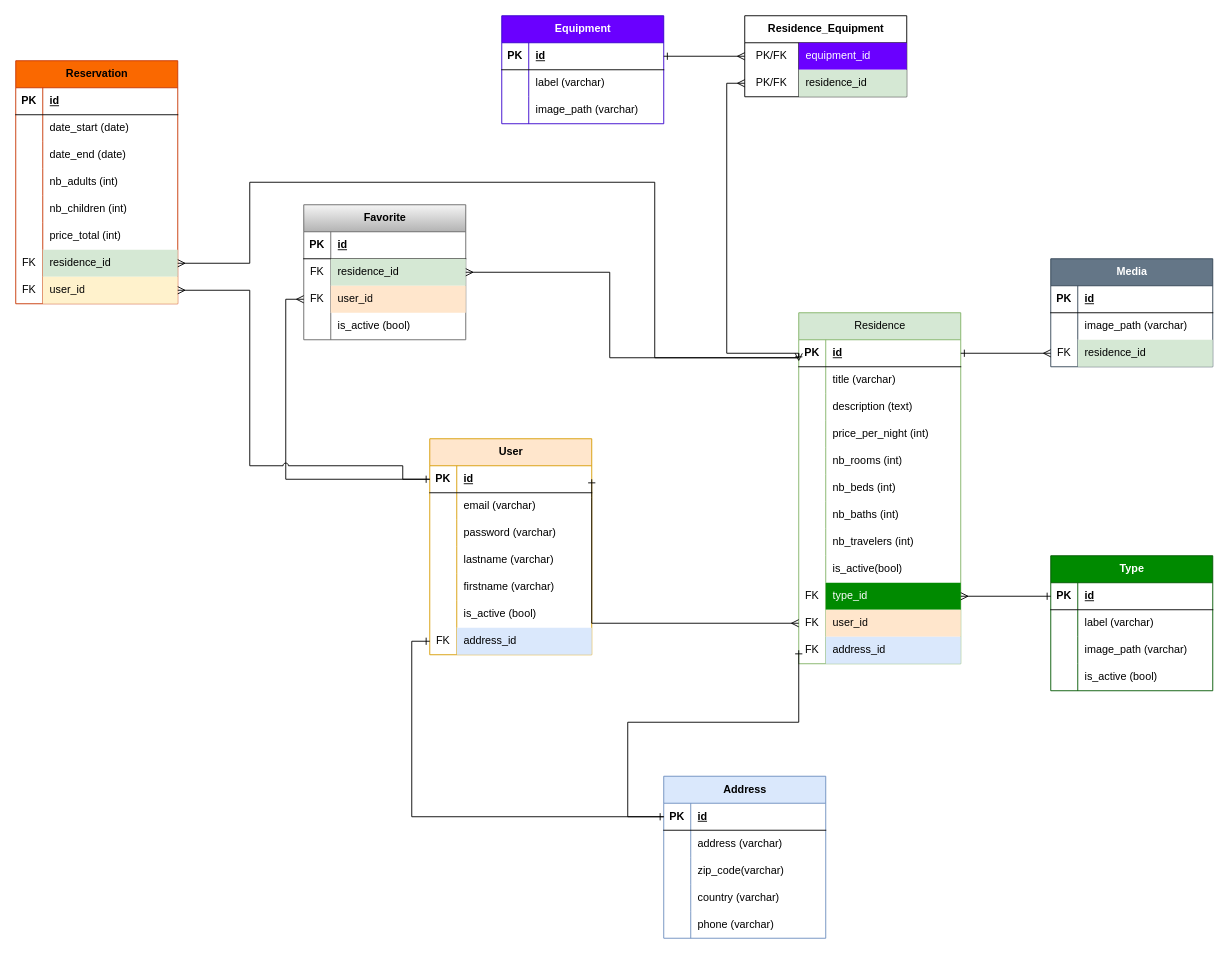
Philip-V-W/ERNDEV24_TP_Airbnb keeps this draw.io diagram as Diagramme_class_TP_AirBnb_philip_v_w.drawio. Above is the earlier version. Source tidied: cells renumbered, new cells numbered last; positions are measured from the earlier drawing's top-left corner, leaving out a move shared by most shapes. Both pictures are drawn from the tidied source at 90%, with x=0, y=0 at pixel (15, 15).
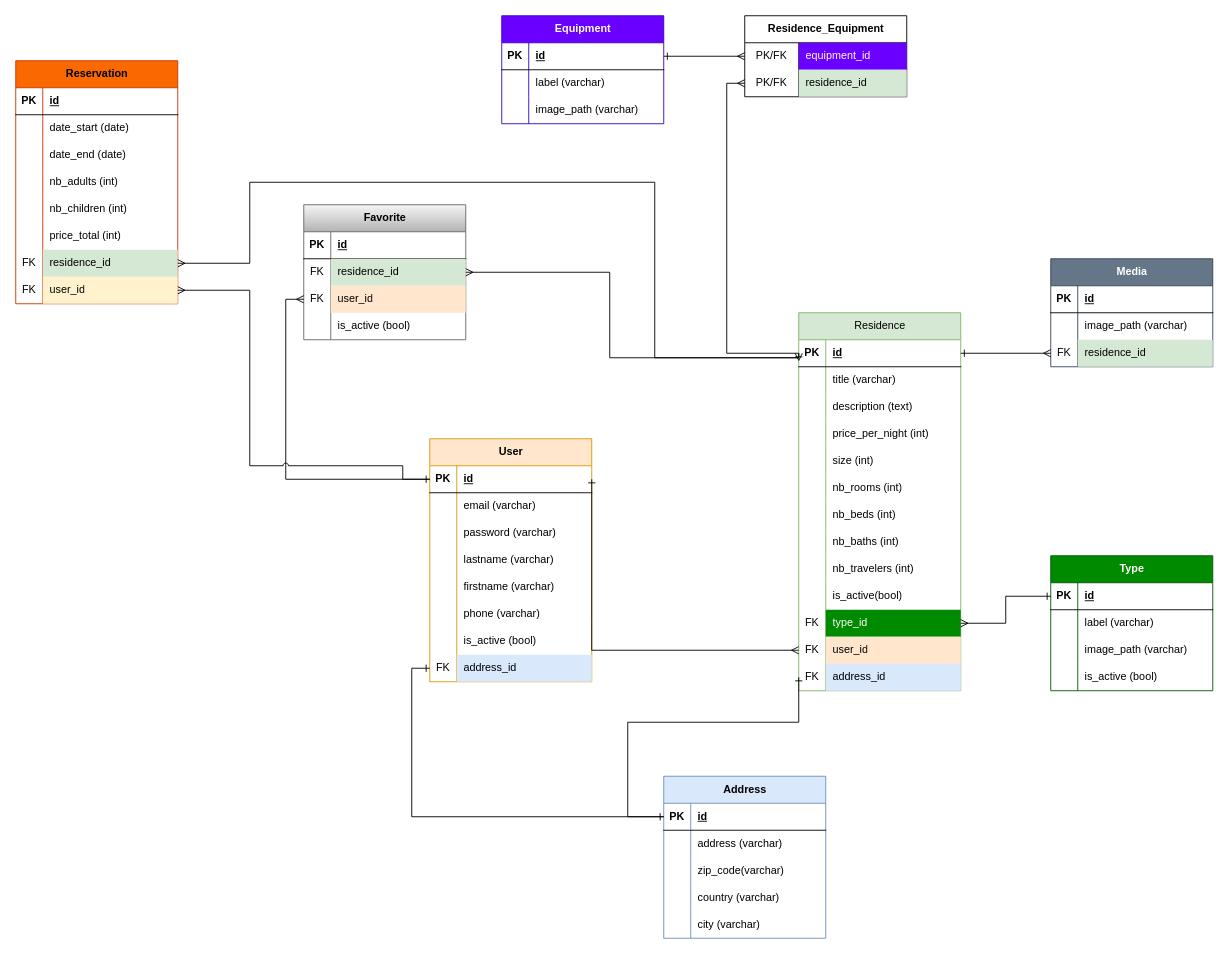
Above is the later version.

The change refers to these unchanged cells:
```xml
<mxCell id="37" style="shape=tableRow;horizontal=0;startSize=0;swimlaneHead=0;swimlaneBody=0;fillColor=none;top=0;left=0;right=0;bottom=0;" parent="24" vertex="1">
  <mxGeometry y="150" width="180" height="30" as="geometry" />
</mxCell>
```

The edit, as a diff of the source:
```diff
@@
     <mxCell id="2" value="User" style="shape=table;startSize=30;childLayout=tableLayout;rowLines=0;fontStyle=1;align=center;html=1;fillColor=#ffe6cc;strokeColor=#d79b00;" parent="1" vertex="1">
-      <mxGeometry x="460" y="470" width="180" height="240" as="geometry" />
+      <mxGeometry x="460" y="470" width="180" height="270" as="geometry" />
     </mxCell>
@@
+    <mxCell id="166" style="shape=tableRow;horizontal=0;startSize=0;swimlaneHead=0;swimlaneBody=0;fillColor=none;top=0;left=0;right=0;bottom=0;" parent="2" vertex="1">
+      <mxGeometry y="180" width="180" height="30" as="geometry" />
+    </mxCell>
+    <mxCell id="167" style="shape=partialRectangle;fillColor=none;top=0;left=0;bottom=0;right=0;overflow=hidden;whiteSpace=wrap;html=1;" parent="166" vertex="1">
+      <mxGeometry width="30" height="30" as="geometry" />
+    </mxCell>
+    <mxCell id="168" value="phone (varchar)" style="shape=partialRectangle;fillColor=none;top=0;left=0;bottom=0;right=0;align=left;spacingLeft=6;overflow=hidden;whiteSpace=wrap;html=1;" parent="166" vertex="1">
+      <mxGeometry x="30" width="150" height="30" as="geometry" />
+    </mxCell>
     <mxCell id="18" style="shape=tableRow;horizontal=0;startSize=0;swimlaneHead=0;swimlaneBody=0;fillColor=none;top=0;left=0;right=0;bottom=0;" parent="2" vertex="1">
-      <mxGeometry y="180" width="180" height="30" as="geometry" />
+      <mxGeometry y="210" width="180" height="30" as="geometry" />
     </mxCell>
@@
     <mxCell id="21" style="shape=tableRow;horizontal=0;startSize=0;swimlaneHead=0;swimlaneBody=0;fillColor=none;points=[[0,0.5],[1,0.5]];portConstraint=eastwest;top=0;left=0;right=0;bottom=0;" parent="2" vertex="1">
-      <mxGeometry y="210" width="180" height="30" as="geometry" />
+      <mxGeometry y="240" width="180" height="30" as="geometry" />
     </mxCell>
@@
-    <mxCell id="39" value="phone (varchar)" style="shape=partialRectangle;fillColor=none;top=0;left=0;bottom=0;right=0;align=left;spacingLeft=6;overflow=hidden;whiteSpace=wrap;html=1;" parent="37" vertex="1">
+    <mxCell id="39" value="city (varchar)" style="shape=partialRectangle;fillColor=none;top=0;left=0;bottom=0;right=0;align=left;spacingLeft=6;overflow=hidden;whiteSpace=wrap;html=1;" parent="37" vertex="1">
       <mxGeometry x="30" width="150" height="30" as="geometry" />
     </mxCell>
     <mxCell id="40" value="&lt;span style=&quot;font-weight: 400; text-align: left; text-wrap: wrap;&quot;&gt;Residence&lt;/span&gt;" style="shape=table;startSize=30;childLayout=tableLayout;rowLines=0;fontStyle=1;align=center;html=1;fillColor=#d5e8d4;strokeColor=#82b366;" parent="1" vertex="1">
-      <mxGeometry x="870" y="330" width="180" height="390" as="geometry" />
+      <mxGeometry x="870" y="330" width="180" height="420" as="geometry" />
     </mxCell>
@@
+    <mxCell id="169" style="shape=tableRow;horizontal=0;startSize=0;swimlaneHead=0;swimlaneBody=0;fillColor=none;top=0;left=0;right=0;bottom=0;" parent="40" vertex="1">
+      <mxGeometry y="150" width="180" height="30" as="geometry" />
+    </mxCell>
+    <mxCell id="170" style="shape=partialRectangle;fillColor=none;top=0;left=0;bottom=0;right=0;overflow=hidden;whiteSpace=wrap;html=1;" parent="169" vertex="1">
+      <mxGeometry width="30" height="30" as="geometry" />
+    </mxCell>
+    <mxCell id="171" value="size (int)" style="shape=partialRectangle;fillColor=none;top=0;left=0;bottom=0;right=0;align=left;spacingLeft=6;overflow=hidden;whiteSpace=wrap;html=1;" parent="169" vertex="1">
+      <mxGeometry x="30" width="150" height="30" as="geometry" />
+    </mxCell>
     <mxCell id="53" style="shape=tableRow;horizontal=0;startSize=0;swimlaneHead=0;swimlaneBody=0;fillColor=none;top=0;left=0;right=0;bottom=0;" parent="40" vertex="1">
-      <mxGeometry y="150" width="180" height="30" as="geometry" />
+      <mxGeometry y="180" width="180" height="30" as="geometry" />
     </mxCell>
@@
     <mxCell id="56" style="shape=tableRow;horizontal=0;startSize=0;swimlaneHead=0;swimlaneBody=0;fillColor=none;top=0;left=0;right=0;bottom=0;" parent="40" vertex="1">
-      <mxGeometry y="180" width="180" height="30" as="geometry" />
+      <mxGeometry y="210" width="180" height="30" as="geometry" />
     </mxCell>
@@
     <mxCell id="59" style="shape=tableRow;horizontal=0;startSize=0;swimlaneHead=0;swimlaneBody=0;fillColor=none;top=0;left=0;right=0;bottom=0;" parent="40" vertex="1">
-      <mxGeometry y="210" width="180" height="30" as="geometry" />
+      <mxGeometry y="240" width="180" height="30" as="geometry" />
     </mxCell>
@@
     <mxCell id="62" style="shape=tableRow;horizontal=0;startSize=0;swimlaneHead=0;swimlaneBody=0;fillColor=none;top=0;left=0;right=0;bottom=0;" parent="40" vertex="1">
-      <mxGeometry y="240" width="180" height="30" as="geometry" />
+      <mxGeometry y="270" width="180" height="30" as="geometry" />
     </mxCell>
@@
     <mxCell id="65" style="shape=tableRow;horizontal=0;startSize=0;swimlaneHead=0;swimlaneBody=0;fillColor=none;top=0;left=0;right=0;bottom=0;" parent="40" vertex="1">
-      <mxGeometry y="270" width="180" height="30" as="geometry" />
+      <mxGeometry y="300" width="180" height="30" as="geometry" />
     </mxCell>
@@
     <mxCell id="68" style="shape=tableRow;horizontal=0;startSize=0;swimlaneHead=0;swimlaneBody=0;fillColor=none;points=[[0,0.5],[1,0.5]];portConstraint=eastwest;top=0;left=0;right=0;bottom=0;" parent="40" vertex="1">
-      <mxGeometry y="300" width="180" height="30" as="geometry" />
+      <mxGeometry y="330" width="180" height="30" as="geometry" />
     </mxCell>
@@
     <mxCell id="71" style="shape=tableRow;horizontal=0;startSize=0;swimlaneHead=0;swimlaneBody=0;fillColor=none;points=[[0,0.5],[1,0.5]];portConstraint=eastwest;top=0;left=0;right=0;bottom=0;" parent="40" vertex="1">
-      <mxGeometry y="330" width="180" height="30" as="geometry" />
+      <mxGeometry y="360" width="180" height="30" as="geometry" />
     </mxCell>
@@
     <mxCell id="74" style="shape=tableRow;horizontal=0;startSize=0;swimlaneHead=0;swimlaneBody=0;fillColor=none;points=[[0,0.5],[1,0.5]];portConstraint=eastwest;top=0;left=0;right=0;bottom=0;" parent="40" vertex="1">
-      <mxGeometry y="360" width="180" height="30" as="geometry" />
+      <mxGeometry y="390" width="180" height="30" as="geometry" />
     </mxCell>
```
